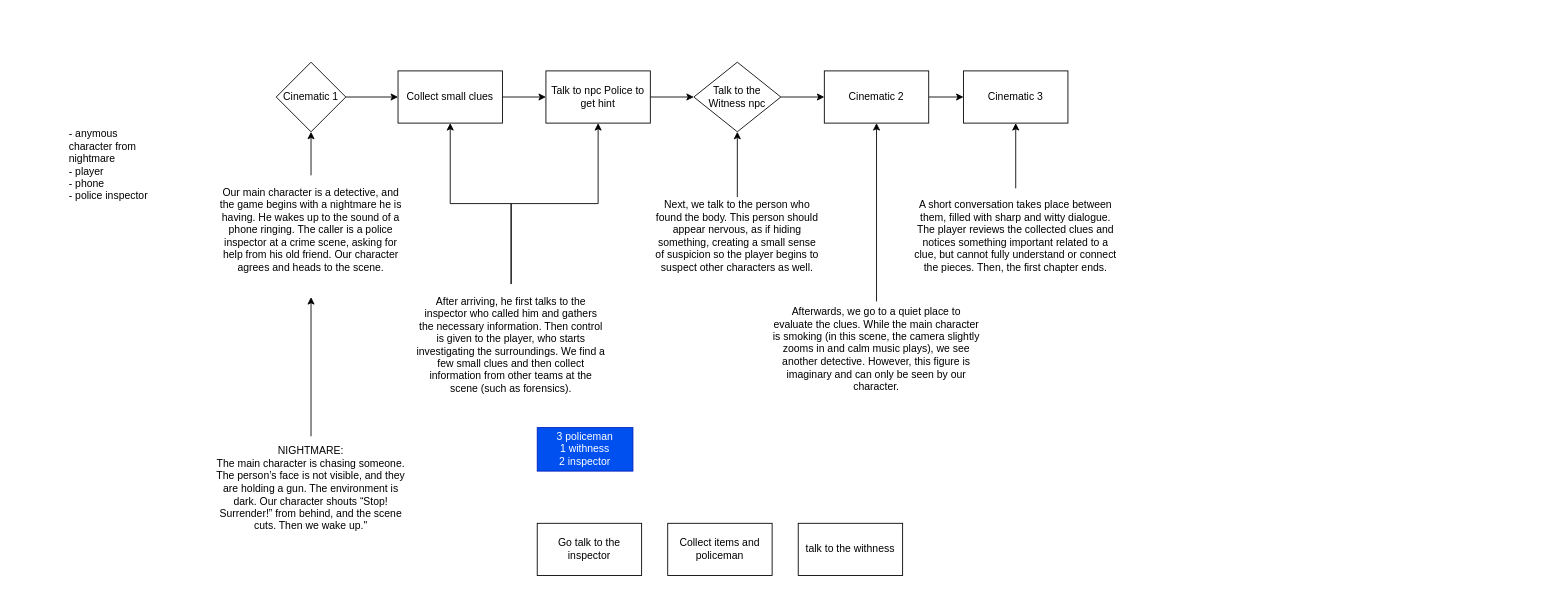
Earlier version of the draw.io diagram Assets/Charts/Timeline Level 1.drawio (Yusuf003007/FIFTH-CASE). Source tidied: cells renumbered, new cells numbered last; positions are measured from the earlier drawing's top-left corner, leaving out a move shared by most shapes. Both pictures are drawn from the tidied source at 87%, with x=0, y=0 at pixel (67, 62).
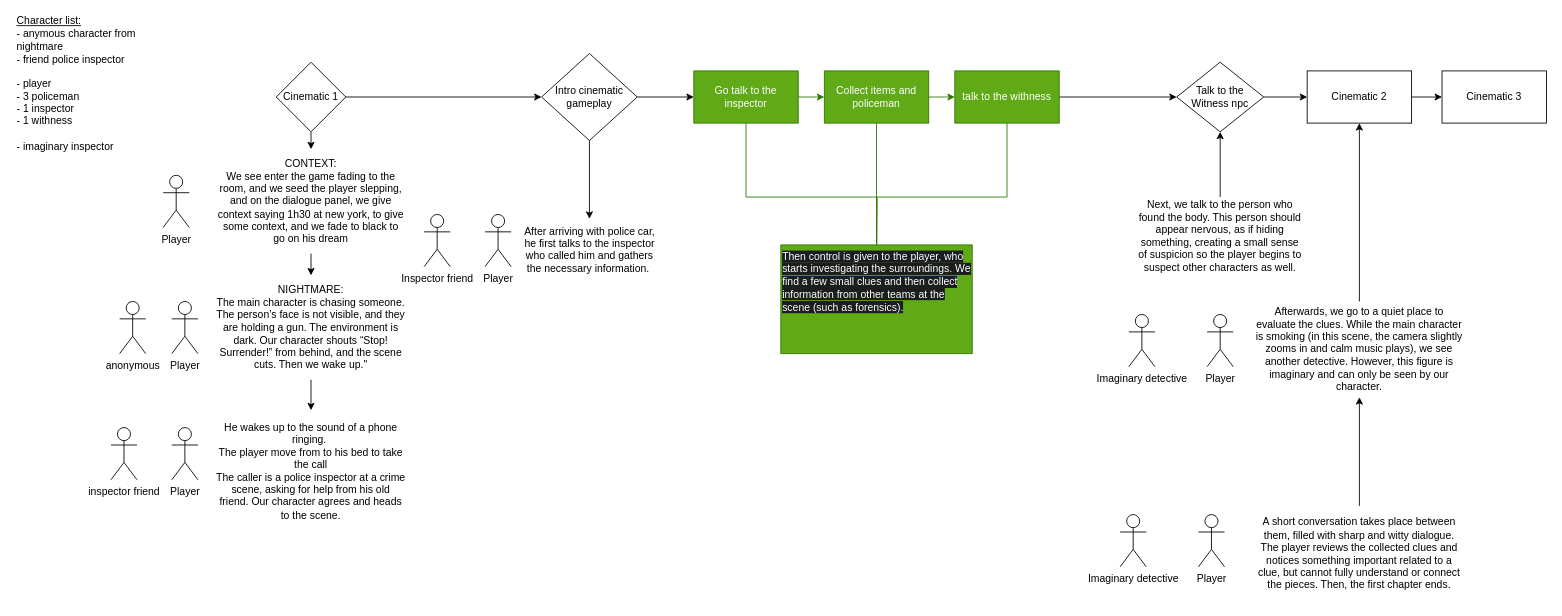
After the change.

The change refers to these unchanged cells:
```xml
<mxCell id="7" value="Cinematic 1" style="rhombus;whiteSpace=wrap;html=1;" parent="1" vertex="1">
  <mxGeometry x="240" width="80" height="80" as="geometry" />
</mxCell>
```

Change to the diagram source:
```diff
@@
-    <mxCell id="2" style="edgeStyle=orthogonalEdgeStyle;rounded=0;jettySize=auto;html=1;exitX=1;exitY=0.5;exitDx=0;exitDy=0;entryX=0;entryY=0.5;entryDx=0;entryDy=0;" parent="1" edge="1" source="7" target="4">
-      <mxGeometry relative="1" as="geometry" />
-    </mxCell>
-    <mxCell id="3" style="edgeStyle=orthogonalEdgeStyle;rounded=0;jettySize=auto;html=1;exitX=1;exitY=0.5;exitDx=0;exitDy=0;entryX=0;entryY=0.5;entryDx=0;entryDy=0;" parent="1" edge="1" source="4" target="6">
-      <mxGeometry relative="1" as="geometry" />
-    </mxCell>
-    <mxCell id="4" value="Collect small clues" style="rounded=0;whiteSpace=wrap;html=1;" parent="1" vertex="1">
-      <mxGeometry x="380" y="10" width="120" height="60" as="geometry" />
-    </mxCell>
-    <mxCell id="5" style="edgeStyle=orthogonalEdgeStyle;rounded=0;jettySize=auto;html=1;exitX=1;exitY=0.5;exitDx=0;exitDy=0;entryX=0;entryY=0.5;entryDx=0;entryDy=0;" parent="1" edge="1" source="6" target="9">
-      <mxGeometry relative="1" as="geometry" />
-    </mxCell>
-    <mxCell id="6" value="Talk to npc Police to get hint" style="rounded=0;whiteSpace=wrap;html=1;" parent="1" vertex="1">
-      <mxGeometry x="550" y="10" width="120" height="60" as="geometry" />
-    </mxCell>
+    <mxCell id="31" style="edgeStyle=orthogonalEdgeStyle;rounded=0;jettySize=auto;html=1;exitX=0.5;exitY=1;exitDx=0;exitDy=0;entryX=0.5;entryY=0;entryDx=0;entryDy=0;" parent="1" edge="1" source="7" target="42">
+      <mxGeometry relative="1" as="geometry" />
+    </mxCell>
+    <mxCell id="32" style="edgeStyle=orthogonalEdgeStyle;rounded=0;jettySize=auto;html=1;exitX=1;exitY=0.5;exitDx=0;exitDy=0;entryX=0;entryY=0.5;entryDx=0;entryDy=0;" parent="1" edge="1" source="48" target="27">
+      <mxGeometry relative="1" as="geometry" />
+    </mxCell>
@@
     <mxCell id="9" value="Talk to the Witness npc" style="rhombus;whiteSpace=wrap;html=1;" parent="1" vertex="1">
-      <mxGeometry x="720" width="100" height="80" as="geometry" />
+      <mxGeometry x="1275" width="100" height="80" as="geometry" />
     </mxCell>
@@
     <mxCell id="11" value="Cinematic 2" style="rounded=0;whiteSpace=wrap;html=1;" parent="1" vertex="1">
-      <mxGeometry x="870" y="10" width="120" height="60" as="geometry" />
+      <mxGeometry x="1425" y="10" width="120" height="60" as="geometry" />
     </mxCell>
-    <mxCell id="12" value="Cinematic 3" style="rounded=0;whiteSpace=wrap;html=1;" parent="1" vertex="1">
-      <mxGeometry x="1030" y="10" width="120" height="60" as="geometry" />
-    </mxCell>
-    <mxCell id="13" style="edgeStyle=orthogonalEdgeStyle;rounded=0;jettySize=auto;html=1;exitX=0.5;exitY=0;exitDx=0;exitDy=0;entryX=0.5;entryY=1;entryDx=0;entryDy=0;" parent="1" edge="1" source="14" target="7">
-      <mxGeometry relative="1" as="geometry" />
-    </mxCell>
-    <mxCell id="14" value="&lt;div&gt;Our main character is a detective, and the game begins with a nightmare he is having. He wakes up to the sound of a phone ringing. The caller is a police inspector at a crime scene, asking for help from his old friend. Our character agrees and heads to the scene.&lt;/div&gt;&lt;div&gt;&lt;br&gt;&lt;/div&gt;" style="text;html=1;align=center;verticalAlign=middle;whiteSpace=wrap;rounded=0;" parent="1" vertex="1">
-      <mxGeometry x="170" y="130" width="220" height="140" as="geometry" />
+    <mxCell id="14" value="&lt;div&gt;He wakes up to the sound of a phone ringing.&amp;nbsp;&lt;/div&gt;&lt;div&gt;The player move from to his bed to take the call&lt;/div&gt;&lt;div&gt;The caller is a police inspector at a crime scene, asking for help from his old friend. Our character agrees and heads to the scene.&lt;/div&gt;" style="text;html=1;align=center;verticalAlign=middle;whiteSpace=wrap;rounded=0;" parent="1" vertex="1">
+      <mxGeometry x="170" y="400" width="220" height="140" as="geometry" />
     </mxCell>
-    <mxCell id="15" style="edgeStyle=orthogonalEdgeStyle;rounded=0;jettySize=auto;html=1;exitX=0.5;exitY=0;exitDx=0;exitDy=0;entryX=0.5;entryY=1;entryDx=0;entryDy=0;" parent="1" edge="1" source="17" target="4">
-      <mxGeometry relative="1" as="geometry" />
-    </mxCell>
-    <mxCell id="16" style="edgeStyle=orthogonalEdgeStyle;rounded=0;jettySize=auto;html=1;exitX=0.5;exitY=0;exitDx=0;exitDy=0;entryX=0.5;entryY=1;entryDx=0;entryDy=0;" parent="1" edge="1" source="17" target="6">
-      <mxGeometry relative="1" as="geometry" />
-    </mxCell>
-    <mxCell id="17" value="After arriving, he first talks to the inspector who called him and gathers the necessary information. Then control is given to the player, who starts investigating the surroundings. We find a few small clues and then collect information from other teams at the scene (such as forensics)." style="text;html=1;align=center;verticalAlign=middle;whiteSpace=wrap;rounded=0;" parent="1" vertex="1">
-      <mxGeometry x="400" y="255" width="220" height="140" as="geometry" />
+    <mxCell id="17" value="After arriving with police car, he first talks to the inspector who called him and gathers the necessary information.&amp;nbsp;&lt;div&gt;&lt;br&gt;&lt;/div&gt;" style="text;html=1;align=center;verticalAlign=middle;whiteSpace=wrap;rounded=0;" parent="1" vertex="1">
+      <mxGeometry x="517.5" y="180" width="165" height="85" as="geometry" />
     </mxCell>
@@
     <mxCell id="19" value="Next, we talk to the person who found the body. This person should appear nervous, as if hiding something, creating a small sense of suspicion so the player begins to suspect other characters as well." style="text;html=1;align=center;verticalAlign=middle;whiteSpace=wrap;rounded=0;" parent="1" vertex="1">
-      <mxGeometry x="675" y="155" width="190" height="90" as="geometry" />
+      <mxGeometry x="1230" y="155" width="190" height="90" as="geometry" />
     </mxCell>
@@
     <mxCell id="21" value="Afterwards, we go to a quiet place to evaluate the clues. While the main character is smoking (in this scene, the camera slightly zooms in and calm music plays), we see another detective. However, this figure is imaginary and can only be seen by our character." style="text;html=1;align=center;verticalAlign=middle;whiteSpace=wrap;rounded=0;" parent="1" vertex="1">
-      <mxGeometry x="810" y="275" width="240" height="110" as="geometry" />
+      <mxGeometry x="1365" y="275" width="240" height="110" as="geometry" />
     </mxCell>
-    <mxCell id="22" style="edgeStyle=orthogonalEdgeStyle;rounded=0;jettySize=auto;html=1;exitX=0.5;exitY=0;exitDx=0;exitDy=0;entryX=0.5;entryY=1;entryDx=0;entryDy=0;" parent="1" edge="1" source="23" target="12">
+    <mxCell id="22" style="edgeStyle=orthogonalEdgeStyle;rounded=0;jettySize=auto;html=1;exitX=0.5;exitY=0;exitDx=0;exitDy=0;entryX=0.5;entryY=1;entryDx=0;entryDy=0;" parent="1" edge="1" source="23" target="21">
       <mxGeometry relative="1" as="geometry" />
     </mxCell>
     <mxCell id="23" value="A short conversation takes place between them, filled with sharp and witty dialogue. The player reviews the collected clues and notices something important related to a clue, but cannot fully understand or connect the pieces. Then, the first chapter ends." style="text;html=1;align=center;verticalAlign=middle;whiteSpace=wrap;rounded=0;" parent="1" vertex="1">
-      <mxGeometry x="970" y="145" width="240" height="110" as="geometry" />
+      <mxGeometry x="1365" y="510" width="240" height="110" as="geometry" />
     </mxCell>
-    <mxCell id="24" style="edgeStyle=orthogonalEdgeStyle;rounded=0;jettySize=auto;html=1;exitX=0.5;exitY=0;exitDx=0;exitDy=0;entryX=0.5;entryY=1;entryDx=0;entryDy=0;" parent="1" edge="1" source="25" target="14">
+    <mxCell id="24" style="edgeStyle=orthogonalEdgeStyle;rounded=0;jettySize=auto;html=1;exitX=0.5;exitY=1;exitDx=0;exitDy=0;entryX=0.5;entryY=0;entryDx=0;entryDy=0;" parent="1" edge="1" source="25" target="14">
       <mxGeometry relative="1" as="geometry" />
     </mxCell>
     <mxCell id="25" value="&lt;div&gt;NIGHTMARE:&lt;/div&gt;&lt;div&gt;The main character is chasing someone. The person’s face is not visible, and they are holding a gun. The environment is dark. Our character shouts “Stop! Surrender!” from behind, and the scene cuts. Then we wake up.&quot;&lt;/div&gt;" style="text;html=1;align=center;verticalAlign=middle;whiteSpace=wrap;rounded=0;" parent="1" vertex="1">
-      <mxGeometry x="170" y="430" width="220" height="120" as="geometry" />
+      <mxGeometry x="170" y="245" width="220" height="120" as="geometry" />
     </mxCell>
-    <mxCell id="26" value="3 policeman&lt;div&gt;1 withness&lt;/div&gt;&lt;div&gt;2 inspector&lt;/div&gt;" style="text;html=1;align=center;verticalAlign=middle;whiteSpace=wrap;rounded=0;fillColor=#0050ef;fontColor=#ffffff;strokeColor=#001DBC;" parent="1" vertex="1">
-      <mxGeometry x="540" y="420" width="110" height="50" as="geometry" />
-    </mxCell>
+    <mxCell id="33" style="edgeStyle=orthogonalEdgeStyle;rounded=0;jettySize=auto;html=1;exitX=1;exitY=0.5;exitDx=0;exitDy=0;entryX=0;entryY=0.5;entryDx=0;entryDy=0;fillColor=#60a917;strokeColor=#2D7600;" parent="1" edge="1" source="27" target="28">
+      <mxGeometry relative="1" as="geometry" />
+    </mxCell>
+    <mxCell id="34" style="edgeStyle=orthogonalEdgeStyle;rounded=0;jettySize=auto;html=1;exitX=0.5;exitY=1;exitDx=0;exitDy=0;entryX=0.5;entryY=0;entryDx=0;entryDy=0;fillColor=#60a917;strokeColor=#2D7600;" parent="1" edge="1" source="27">
+      <mxGeometry relative="1" as="geometry">
+        <mxPoint x="930" y="240" as="targetPoint" />
+      </mxGeometry>
+    </mxCell>
-    <mxCell id="27" value="Go talk to the inspector" style="rounded=0;whiteSpace=wrap;html=1;" parent="1" vertex="1">
-      <mxGeometry x="540" y="530" width="120" height="60" as="geometry" />
+    <mxCell id="27" value="Go talk to the inspector" style="rounded=0;whiteSpace=wrap;html=1;fillColor=#60a917;fontColor=#ffffff;strokeColor=#2D7600;" parent="1" vertex="1">
+      <mxGeometry x="720" y="10" width="120" height="60" as="geometry" />
     </mxCell>
+    <mxCell id="35" style="edgeStyle=orthogonalEdgeStyle;rounded=0;jettySize=auto;html=1;exitX=1;exitY=0.5;exitDx=0;exitDy=0;entryX=0;entryY=0.5;entryDx=0;entryDy=0;fillColor=#60a917;strokeColor=#2D7600;" parent="1" edge="1" source="28" target="29">
+      <mxGeometry relative="1" as="geometry" />
+    </mxCell>
+    <mxCell id="36" style="edgeStyle=orthogonalEdgeStyle;rounded=0;jettySize=auto;html=1;exitX=0.5;exitY=1;exitDx=0;exitDy=0;entryX=0.5;entryY=0;entryDx=0;entryDy=0;fillColor=#60a917;strokeColor=#2D7600;" parent="1" edge="1" source="28">
+      <mxGeometry relative="1" as="geometry">
+        <mxPoint x="930" y="240" as="targetPoint" />
+      </mxGeometry>
+    </mxCell>
-    <mxCell id="28" value="Collect items and policeman" style="rounded=0;whiteSpace=wrap;html=1;" parent="1" vertex="1">
-      <mxGeometry x="690" y="530" width="120" height="60" as="geometry" />
+    <mxCell id="28" value="Collect items and policeman" style="rounded=0;whiteSpace=wrap;html=1;fillColor=#60a917;fontColor=#ffffff;strokeColor=#2D7600;" parent="1" vertex="1">
+      <mxGeometry x="870" y="10" width="120" height="60" as="geometry" />
     </mxCell>
+    <mxCell id="37" style="edgeStyle=orthogonalEdgeStyle;rounded=0;jettySize=auto;html=1;exitX=0.5;exitY=1;exitDx=0;exitDy=0;entryX=0.5;entryY=0;entryDx=0;entryDy=0;fillColor=#60a917;strokeColor=#2D7600;" parent="1" edge="1" source="29">
+      <mxGeometry relative="1" as="geometry">
+        <mxPoint x="930" y="240" as="targetPoint" />
+      </mxGeometry>
+    </mxCell>
+    <mxCell id="38" style="edgeStyle=orthogonalEdgeStyle;rounded=0;jettySize=auto;html=1;exitX=1;exitY=0.5;exitDx=0;exitDy=0;entryX=0;entryY=0.5;entryDx=0;entryDy=0;" parent="1" edge="1" source="29" target="9">
+      <mxGeometry relative="1" as="geometry" />
+    </mxCell>
-    <mxCell id="29" value="talk to the withness" style="rounded=0;whiteSpace=wrap;html=1;" parent="1" vertex="1">
-      <mxGeometry x="840" y="530" width="120" height="60" as="geometry" />
+    <mxCell id="29" value="talk to the withness" style="rounded=0;whiteSpace=wrap;html=1;fillColor=#60a917;fontColor=#ffffff;strokeColor=#2D7600;" parent="1" vertex="1">
+      <mxGeometry x="1020" y="10" width="120" height="60" as="geometry" />
     </mxCell>
-    <mxCell id="30" value="&lt;div&gt;- anymous character from nightmare&lt;/div&gt;- player&lt;div&gt;- phone&lt;/div&gt;&lt;div&gt;- police inspector&lt;/div&gt;" style="text;html=1;align=left;verticalAlign=middle;whiteSpace=wrap;rounded=0;" parent="1" vertex="1">
-      <mxGeometry y="60" width="100" height="115" as="geometry" />
+    <mxCell id="30" value="&lt;div&gt;&lt;u&gt;Character list:&lt;/u&gt;&lt;/div&gt;&lt;div&gt;- anymous character from nightmare&lt;/div&gt;&lt;div&gt;- friend police inspector&lt;/div&gt;&lt;div&gt;&lt;br&gt;&lt;/div&gt;- player&lt;div&gt;- 3 policeman&lt;/div&gt;&lt;div&gt;- 1 inspector&lt;/div&gt;&lt;div&gt;- 1 withness&lt;/div&gt;&lt;div&gt;&lt;br&gt;&lt;/div&gt;&lt;div&gt;- imaginary inspector&lt;/div&gt;" style="text;html=1;align=left;verticalAlign=middle;whiteSpace=wrap;rounded=0;" parent="1" vertex="1">
+      <mxGeometry x="-60" y="-50" width="150" height="150" as="geometry" />
     </mxCell>
+    <mxCell id="39" value="Player" style="shape=umlActor;verticalLabelPosition=bottom;verticalAlign=top;html=1;" parent="1" vertex="1">
+      <mxGeometry x="110" y="130" width="30" height="60" as="geometry" />
+    </mxCell>
+    <mxCell id="40" value="anonymous" style="shape=umlActor;verticalLabelPosition=bottom;verticalAlign=top;html=1;" parent="1" vertex="1">
+      <mxGeometry x="60" y="275" width="30" height="60" as="geometry" />
+    </mxCell>
+    <mxCell id="41" style="edgeStyle=orthogonalEdgeStyle;rounded=0;jettySize=auto;html=1;exitX=0.5;exitY=1;exitDx=0;exitDy=0;entryX=0.5;entryY=0;entryDx=0;entryDy=0;" parent="1" edge="1" source="42" target="25">
+      <mxGeometry relative="1" as="geometry" />
+    </mxCell>
+    <mxCell id="42" value="&lt;div&gt;CONTEXT:&lt;/div&gt;We see enter the game fading to the room, and we seed the player slepping, and on the dialogue panel, we give context saying 1h30 at new york, to give some context, and we fade to black to go on his dream" style="text;html=1;align=center;verticalAlign=middle;whiteSpace=wrap;rounded=0;" parent="1" vertex="1">
+      <mxGeometry x="170" y="100" width="220" height="120" as="geometry" />
+    </mxCell>
+    <mxCell id="43" value="Player" style="shape=umlActor;verticalLabelPosition=bottom;verticalAlign=top;html=1;" parent="1" vertex="1">
+      <mxGeometry x="120" y="275" width="30" height="60" as="geometry" />
+    </mxCell>
+    <mxCell id="44" value="inspector friend" style="shape=umlActor;verticalLabelPosition=bottom;verticalAlign=top;html=1;" parent="1" vertex="1">
+      <mxGeometry x="50" y="420" width="30" height="60" as="geometry" />
+    </mxCell>
+    <mxCell id="45" value="Player" style="shape=umlActor;verticalLabelPosition=bottom;verticalAlign=top;html=1;" parent="1" vertex="1">
+      <mxGeometry x="120" y="420" width="30" height="60" as="geometry" />
+    </mxCell>
+    <mxCell id="46" style="edgeStyle=orthogonalEdgeStyle;rounded=0;jettySize=auto;html=1;exitX=1;exitY=0.5;exitDx=0;exitDy=0;entryX=0;entryY=0.5;entryDx=0;entryDy=0;" parent="1" edge="1" source="7" target="48">
+      <mxGeometry relative="1" as="geometry" />
+    </mxCell>
+    <mxCell id="47" style="edgeStyle=orthogonalEdgeStyle;rounded=0;jettySize=auto;html=1;exitX=0.5;exitY=1;exitDx=0;exitDy=0;entryX=0.5;entryY=0;entryDx=0;entryDy=0;" parent="1" edge="1" source="48" target="17">
+      <mxGeometry relative="1" as="geometry" />
+    </mxCell>
+    <mxCell id="48" value="Intro cinematic gameplay" style="rhombus;whiteSpace=wrap;html=1;" parent="1" vertex="1">
+      <mxGeometry x="545" y="-10" width="110" height="100" as="geometry" />
+    </mxCell>
+    <mxCell id="49" value="&lt;span style=&quot;color: rgb(255, 255, 255); font-family: Helvetica; font-size: 12px; font-style: normal; font-variant-ligatures: normal; font-variant-caps: normal; font-weight: 400; letter-spacing: normal; orphans: 2; text-align: center; text-indent: 0px; text-transform: none; widows: 2; word-spacing: 0px; -webkit-text-stroke-width: 0px; white-space: normal; background-color: rgb(27, 29, 30); text-decoration-thickness: initial; text-decoration-style: initial; text-decoration-color: initial; display: inline !important; float: none;&quot;&gt;Then control is given to the player, who starts investigating the surroundings. We find a few small clues and then collect information from other teams at the scene (such as forensics).&lt;/span&gt;" style="text;whiteSpace=wrap;html=1;fillColor=#60a917;fontColor=#ffffff;strokeColor=#2D7600;" parent="1" vertex="1">
+      <mxGeometry x="820" y="210" width="220" height="125" as="geometry" />
+    </mxCell>
+    <mxCell id="50" value="Player" style="shape=umlActor;verticalLabelPosition=bottom;verticalAlign=top;html=1;" parent="1" vertex="1">
+      <mxGeometry x="480" y="175" width="30" height="60" as="geometry" />
+    </mxCell>
+    <mxCell id="51" value="Inspector friend" style="shape=umlActor;verticalLabelPosition=bottom;verticalAlign=top;html=1;" parent="1" vertex="1">
+      <mxGeometry x="410" y="175" width="30" height="60" as="geometry" />
+    </mxCell>
+    <mxCell id="52" value="Player" style="shape=umlActor;verticalLabelPosition=bottom;verticalAlign=top;html=1;" parent="1" vertex="1">
+      <mxGeometry x="1310" y="290" width="30" height="60" as="geometry" />
+    </mxCell>
+    <mxCell id="53" value="Imaginary detective" style="shape=umlActor;verticalLabelPosition=bottom;verticalAlign=top;html=1;" parent="1" vertex="1">
+      <mxGeometry x="1220" y="290" width="30" height="60" as="geometry" />
+    </mxCell>
+    <mxCell id="54" value="Player" style="shape=umlActor;verticalLabelPosition=bottom;verticalAlign=top;html=1;" parent="1" vertex="1">
+      <mxGeometry x="1300" y="520" width="30" height="60" as="geometry" />
+    </mxCell>
+    <mxCell id="55" value="Imaginary detective" style="shape=umlActor;verticalLabelPosition=bottom;verticalAlign=top;html=1;" parent="1" vertex="1">
+      <mxGeometry x="1210" y="520" width="30" height="60" as="geometry" />
+    </mxCell>
+    <mxCell id="12" value="Cinematic 3" style="rounded=0;whiteSpace=wrap;html=1;" parent="1" vertex="1">
+      <mxGeometry x="1580" y="10" width="120" height="60" as="geometry" />
+    </mxCell>
```
